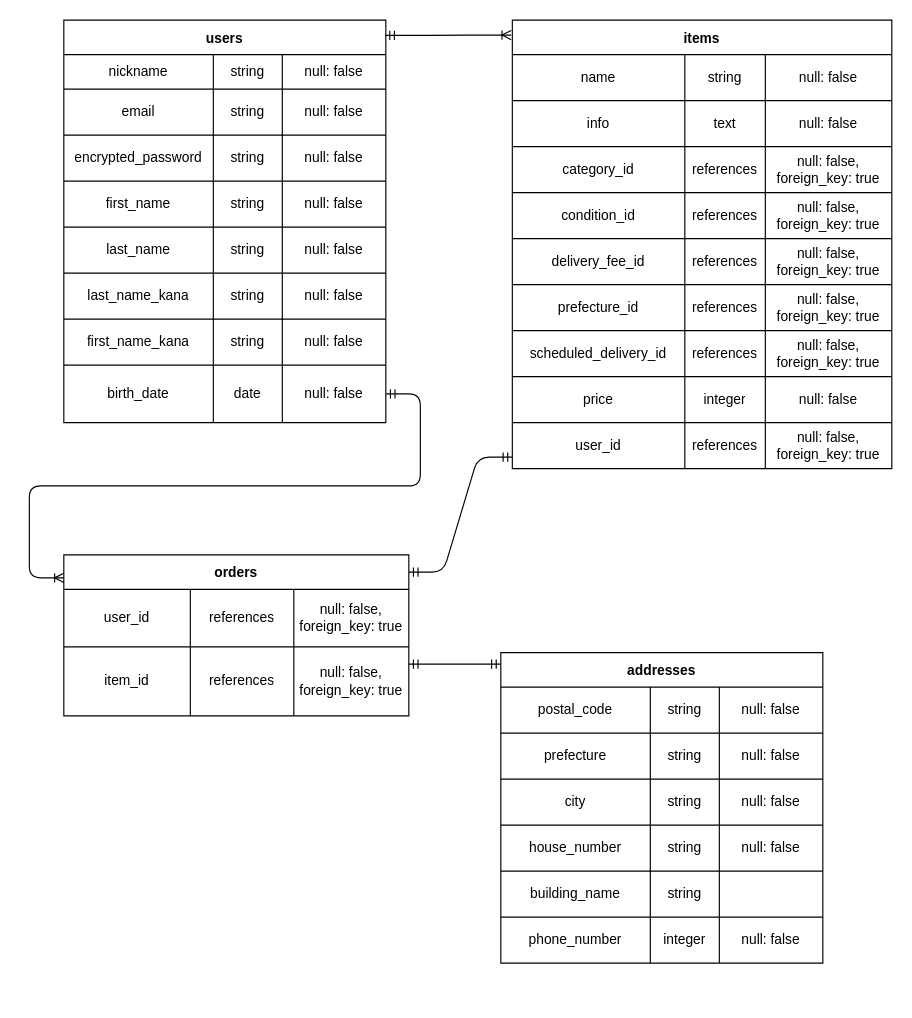
Above: furima.dio in shunpikun/furima-36852 (draw.io), before the change. Source tidied: cells renumbered, new cells numbered last; positions are measured from the earlier drawing's top-left corner, leaving out a move shared by most shapes. Both pictures are drawn from the tidied source at 115%, with x=0, y=0 at pixel (63, 20).
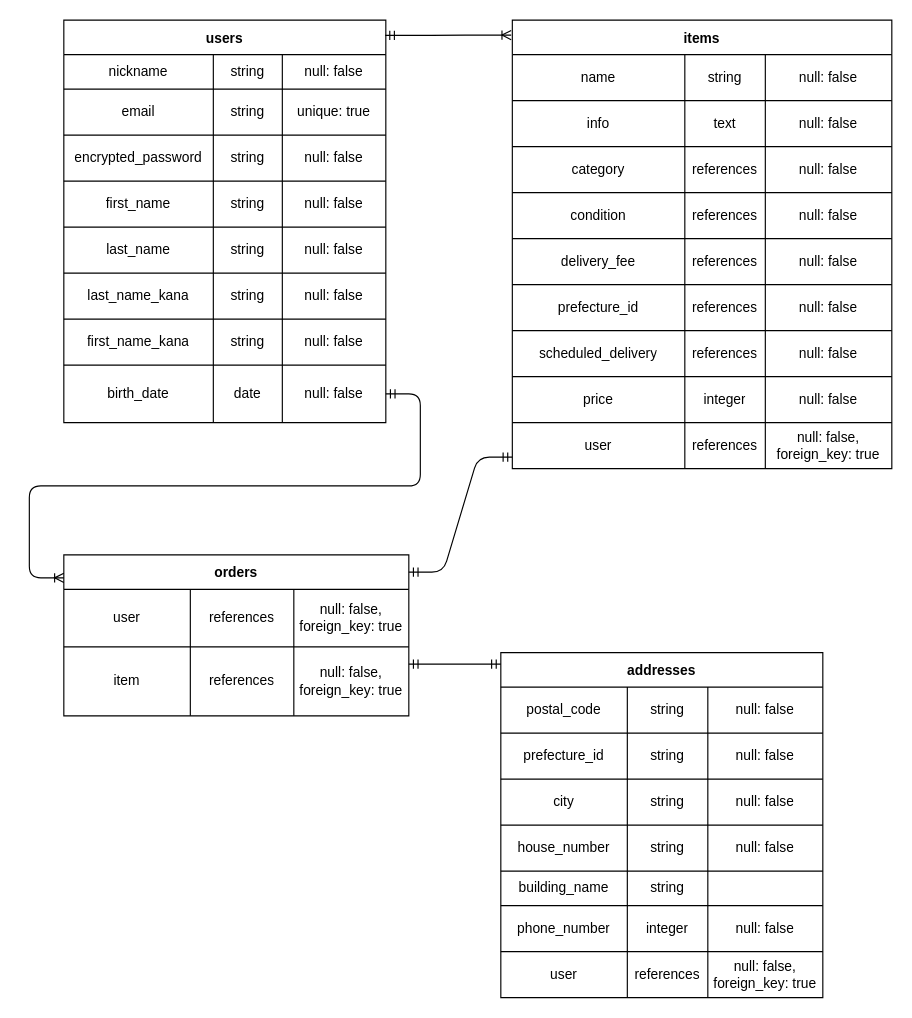
After the change.

The change refers to these unchanged cells:
```xml
<mxCell id="7" style="shape=partialRectangle;html=1;whiteSpace=wrap;fillColor=none;top=0;left=0;bottom=0;right=0;" parent="2" vertex="1">
  <mxGeometry y="60" width="280" height="40" as="geometry" />
</mxCell>
<mxCell id="44" style="shape=partialRectangle;html=1;whiteSpace=wrap;fillColor=none;top=0;left=0;bottom=0;right=0;" parent="35" vertex="1">
  <mxGeometry y="110" width="330" height="40" as="geometry" />
</mxCell>
<mxCell id="48" style="shape=partialRectangle;html=1;whiteSpace=wrap;fillColor=none;top=0;left=0;bottom=0;right=0;" parent="35" vertex="1">
  <mxGeometry y="150" width="330" height="40" as="geometry" />
</mxCell>
<mxCell id="52" style="shape=partialRectangle;html=1;whiteSpace=wrap;fillColor=none;top=0;left=0;bottom=0;right=0;" parent="35" vertex="1">
  <mxGeometry y="190" width="330" height="40" as="geometry" />
</mxCell>
<mxCell id="56" style="shape=partialRectangle;html=1;whiteSpace=wrap;fillColor=none;top=0;left=0;bottom=0;right=0;" parent="35" vertex="1">
  <mxGeometry y="230" width="330" height="40" as="geometry" />
</mxCell>
<mxCell id="60" style="shape=partialRectangle;html=1;whiteSpace=wrap;fillColor=none;top=0;left=0;bottom=0;right=0;" parent="35" vertex="1">
  <mxGeometry y="270" width="330" height="40" as="geometry" />
</mxCell>
<mxCell id="68" style="shape=partialRectangle;html=1;whiteSpace=wrap;fillColor=none;top=0;left=0;bottom=0;right=0;" parent="35" vertex="1">
  <mxGeometry y="350" width="330" height="40" as="geometry" />
</mxCell>
<mxCell id="74" style="shape=partialRectangle;html=1;whiteSpace=wrap;fillColor=none;top=0;left=0;bottom=0;right=0;" parent="73" vertex="1">
  <mxGeometry y="30" width="280" height="40" as="geometry" />
</mxCell>
<mxCell id="78" style="shape=partialRectangle;html=1;whiteSpace=wrap;fillColor=none;top=0;left=0;bottom=0;right=0;" parent="73" vertex="1">
  <mxGeometry y="70" width="280" height="40" as="geometry" />
</mxCell>
<mxCell id="82" style="shape=partialRectangle;html=1;whiteSpace=wrap;fillColor=none;top=0;left=0;bottom=0;right=0;" parent="73" vertex="1">
  <mxGeometry y="110" width="280" height="40" as="geometry" />
</mxCell>
<mxCell id="86" style="shape=partialRectangle;html=1;whiteSpace=wrap;fillColor=none;top=0;left=0;bottom=0;right=0;" parent="73" vertex="1">
  <mxGeometry y="150" width="280" height="40" as="geometry" />
</mxCell>
<mxCell id="99" style="shape=partialRectangle;html=1;whiteSpace=wrap;fillColor=none;top=0;left=0;bottom=0;right=0;" parent="98" vertex="1">
  <mxGeometry y="30" width="300" height="50" as="geometry" />
</mxCell>
<mxCell id="103" style="shape=partialRectangle;html=1;whiteSpace=wrap;fillColor=none;top=0;left=0;bottom=0;right=0;" parent="98" vertex="1">
  <mxGeometry y="80" width="300" height="60" as="geometry" />
</mxCell>
```

What changed in the source:
```diff
@@
-    <mxCell id="10" value="null: false" style="shape=partialRectangle;html=1;whiteSpace=wrap;fillColor=none;top=0;left=0;bottom=0;right=0;overflow=hidden;" parent="7" vertex="1">
+    <mxCell id="10" value="unique: true" style="shape=partialRectangle;html=1;whiteSpace=wrap;fillColor=none;top=0;left=0;bottom=0;right=0;overflow=hidden;" parent="7" vertex="1">
       <mxGeometry x="190" width="90" height="40" as="geometry" />
     </mxCell>
@@
-    <mxCell id="45" value="category_id" style="shape=partialRectangle;html=1;whiteSpace=wrap;fillColor=none;top=0;left=0;bottom=0;right=0;overflow=hidden;" parent="44" vertex="1">
+    <mxCell id="45" value="category" style="shape=partialRectangle;html=1;whiteSpace=wrap;fillColor=none;top=0;left=0;bottom=0;right=0;overflow=hidden;" parent="44" vertex="1">
       <mxGeometry width="150" height="40" as="geometry" />
     </mxCell>
@@
-    <mxCell id="47" value="null: false,&lt;br&gt;foreign_key: true" style="shape=partialRectangle;html=1;whiteSpace=wrap;fillColor=none;top=0;left=0;bottom=0;right=0;overflow=hidden;" parent="44" vertex="1">
+    <mxCell id="47" value="null: false" style="shape=partialRectangle;html=1;whiteSpace=wrap;fillColor=none;top=0;left=0;bottom=0;right=0;overflow=hidden;" parent="44" vertex="1">
       <mxGeometry x="220" width="110" height="40" as="geometry" />
     </mxCell>
@@
-    <mxCell id="49" value="condition_id" style="shape=partialRectangle;html=1;whiteSpace=wrap;fillColor=none;top=0;left=0;bottom=0;right=0;overflow=hidden;" parent="48" vertex="1">
+    <mxCell id="49" value="condition" style="shape=partialRectangle;html=1;whiteSpace=wrap;fillColor=none;top=0;left=0;bottom=0;right=0;overflow=hidden;" parent="48" vertex="1">
       <mxGeometry width="150" height="40" as="geometry" />
     </mxCell>
@@
-    <mxCell id="51" value="null: false,&lt;br&gt;foreign_key: true" style="shape=partialRectangle;html=1;whiteSpace=wrap;fillColor=none;top=0;left=0;bottom=0;right=0;overflow=hidden;" parent="48" vertex="1">
+    <mxCell id="51" value="null: false" style="shape=partialRectangle;html=1;whiteSpace=wrap;fillColor=none;top=0;left=0;bottom=0;right=0;overflow=hidden;" parent="48" vertex="1">
       <mxGeometry x="220" width="110" height="40" as="geometry" />
     </mxCell>
@@
-    <mxCell id="53" value="delivery_fee_id" style="shape=partialRectangle;html=1;whiteSpace=wrap;fillColor=none;top=0;left=0;bottom=0;right=0;overflow=hidden;" parent="52" vertex="1">
+    <mxCell id="53" value="delivery_fee" style="shape=partialRectangle;html=1;whiteSpace=wrap;fillColor=none;top=0;left=0;bottom=0;right=0;overflow=hidden;" parent="52" vertex="1">
       <mxGeometry width="150" height="40" as="geometry" />
     </mxCell>
@@
-    <mxCell id="55" value="null: false,&lt;br&gt;foreign_key: true" style="shape=partialRectangle;html=1;whiteSpace=wrap;fillColor=none;top=0;left=0;bottom=0;right=0;overflow=hidden;" parent="52" vertex="1">
+    <mxCell id="55" value="null: false" style="shape=partialRectangle;html=1;whiteSpace=wrap;fillColor=none;top=0;left=0;bottom=0;right=0;overflow=hidden;" parent="52" vertex="1">
       <mxGeometry x="220" width="110" height="40" as="geometry" />
     </mxCell>
@@
-    <mxCell id="59" value="null: false,&lt;br&gt;foreign_key: true" style="shape=partialRectangle;html=1;whiteSpace=wrap;fillColor=none;top=0;left=0;bottom=0;right=0;overflow=hidden;" parent="56" vertex="1">
+    <mxCell id="59" value="null: false" style="shape=partialRectangle;html=1;whiteSpace=wrap;fillColor=none;top=0;left=0;bottom=0;right=0;overflow=hidden;" parent="56" vertex="1">
       <mxGeometry x="220" width="110" height="40" as="geometry" />
     </mxCell>
@@
-    <mxCell id="61" value="scheduled_delivery_id" style="shape=partialRectangle;html=1;whiteSpace=wrap;fillColor=none;top=0;left=0;bottom=0;right=0;overflow=hidden;" parent="60" vertex="1">
+    <mxCell id="61" value="scheduled_delivery" style="shape=partialRectangle;html=1;whiteSpace=wrap;fillColor=none;top=0;left=0;bottom=0;right=0;overflow=hidden;" parent="60" vertex="1">
       <mxGeometry width="150" height="40" as="geometry" />
     </mxCell>
@@
-    <mxCell id="63" value="null: false,&lt;br&gt;foreign_key: true" style="shape=partialRectangle;html=1;whiteSpace=wrap;fillColor=none;top=0;left=0;bottom=0;right=0;overflow=hidden;" parent="60" vertex="1">
+    <mxCell id="63" value="null: false" style="shape=partialRectangle;html=1;whiteSpace=wrap;fillColor=none;top=0;left=0;bottom=0;right=0;overflow=hidden;" parent="60" vertex="1">
       <mxGeometry x="220" width="110" height="40" as="geometry" />
     </mxCell>
@@
-    <mxCell id="69" value="user_id" style="shape=partialRectangle;html=1;whiteSpace=wrap;fillColor=none;top=0;left=0;bottom=0;right=0;overflow=hidden;" parent="68" vertex="1">
+    <mxCell id="69" value="user" style="shape=partialRectangle;html=1;whiteSpace=wrap;fillColor=none;top=0;left=0;bottom=0;right=0;overflow=hidden;" parent="68" vertex="1">
       <mxGeometry width="150" height="40" as="geometry" />
     </mxCell>
@@
     <mxCell id="73" value="addresses" style="shape=table;startSize=30;childLayout=tableLayout;fontStyle=1;align=center;" parent="1" vertex="1">
-      <mxGeometry x="380" y="550" width="280" height="270" as="geometry" />
+      <mxGeometry x="380" y="550" width="280" height="300" as="geometry" />
     </mxCell>
@@
     <mxCell id="75" value="postal_code" style="shape=partialRectangle;html=1;whiteSpace=wrap;fillColor=none;top=0;left=0;bottom=0;right=0;overflow=hidden;" parent="74" vertex="1">
-      <mxGeometry width="130" height="40" as="geometry" />
+      <mxGeometry width="110" height="40" as="geometry" />
     </mxCell>
     <mxCell id="76" value="string" style="shape=partialRectangle;html=1;whiteSpace=wrap;fillColor=none;top=0;left=0;bottom=0;right=0;overflow=hidden;" parent="74" vertex="1">
-      <mxGeometry x="130" width="60" height="40" as="geometry" />
+      <mxGeometry x="110" width="70" height="40" as="geometry" />
     </mxCell>
     <mxCell id="77" value="null: false" style="shape=partialRectangle;html=1;whiteSpace=wrap;fillColor=none;top=0;left=0;bottom=0;right=0;overflow=hidden;" parent="74" vertex="1">
-      <mxGeometry x="190" width="90" height="40" as="geometry" />
+      <mxGeometry x="180" width="100" height="40" as="geometry" />
     </mxCell>
@@
-    <mxCell id="79" value="prefecture" style="shape=partialRectangle;html=1;whiteSpace=wrap;fillColor=none;top=0;left=0;bottom=0;right=0;overflow=hidden;" parent="78" vertex="1">
-      <mxGeometry width="130" height="40" as="geometry" />
+    <mxCell id="79" value="prefecture_id" style="shape=partialRectangle;html=1;whiteSpace=wrap;fillColor=none;top=0;left=0;bottom=0;right=0;overflow=hidden;" parent="78" vertex="1">
+      <mxGeometry width="110" height="40" as="geometry" />
     </mxCell>
     <mxCell id="80" value="string" style="shape=partialRectangle;html=1;whiteSpace=wrap;fillColor=none;top=0;left=0;bottom=0;right=0;overflow=hidden;" parent="78" vertex="1">
-      <mxGeometry x="130" width="60" height="40" as="geometry" />
+      <mxGeometry x="110" width="70" height="40" as="geometry" />
     </mxCell>
     <mxCell id="81" value="null: false" style="shape=partialRectangle;html=1;whiteSpace=wrap;fillColor=none;top=0;left=0;bottom=0;right=0;overflow=hidden;" parent="78" vertex="1">
-      <mxGeometry x="190" width="90" height="40" as="geometry" />
+      <mxGeometry x="180" width="100" height="40" as="geometry" />
     </mxCell>
@@
     <mxCell id="83" value="city" style="shape=partialRectangle;html=1;whiteSpace=wrap;fillColor=none;top=0;left=0;bottom=0;right=0;overflow=hidden;" parent="82" vertex="1">
-      <mxGeometry width="130" height="40" as="geometry" />
+      <mxGeometry width="110" height="40" as="geometry" />
     </mxCell>
     <mxCell id="84" value="string" style="shape=partialRectangle;html=1;whiteSpace=wrap;fillColor=none;top=0;left=0;bottom=0;right=0;overflow=hidden;" parent="82" vertex="1">
-      <mxGeometry x="130" width="60" height="40" as="geometry" />
+      <mxGeometry x="110" width="70" height="40" as="geometry" />
     </mxCell>
     <mxCell id="85" value="null: false" style="shape=partialRectangle;html=1;whiteSpace=wrap;fillColor=none;top=0;left=0;bottom=0;right=0;overflow=hidden;" parent="82" vertex="1">
-      <mxGeometry x="190" width="90" height="40" as="geometry" />
+      <mxGeometry x="180" width="100" height="40" as="geometry" />
     </mxCell>
@@
     <mxCell id="87" value="house_number" style="shape=partialRectangle;html=1;whiteSpace=wrap;fillColor=none;top=0;left=0;bottom=0;right=0;overflow=hidden;" parent="86" vertex="1">
-      <mxGeometry width="130" height="40" as="geometry" />
+      <mxGeometry width="110" height="40" as="geometry" />
     </mxCell>
     <mxCell id="88" value="string" style="shape=partialRectangle;html=1;whiteSpace=wrap;fillColor=none;top=0;left=0;bottom=0;right=0;overflow=hidden;" parent="86" vertex="1">
-      <mxGeometry x="130" width="60" height="40" as="geometry" />
+      <mxGeometry x="110" width="70" height="40" as="geometry" />
     </mxCell>
     <mxCell id="89" value="null: false" style="shape=partialRectangle;html=1;whiteSpace=wrap;fillColor=none;top=0;left=0;bottom=0;right=0;overflow=hidden;" parent="86" vertex="1">
-      <mxGeometry x="190" width="90" height="40" as="geometry" />
+      <mxGeometry x="180" width="100" height="40" as="geometry" />
     </mxCell>
     <mxCell id="90" style="shape=partialRectangle;html=1;whiteSpace=wrap;fillColor=none;top=0;left=0;bottom=0;right=0;" parent="73" vertex="1">
-      <mxGeometry y="190" width="280" height="40" as="geometry" />
+      <mxGeometry y="190" width="280" height="30" as="geometry" />
     </mxCell>
     <mxCell id="91" value="building_name" style="shape=partialRectangle;html=1;whiteSpace=wrap;fillColor=none;top=0;left=0;bottom=0;right=0;overflow=hidden;" parent="90" vertex="1">
-      <mxGeometry width="130" height="40" as="geometry" />
+      <mxGeometry width="110" height="30" as="geometry" />
     </mxCell>
     <mxCell id="92" value="string" style="shape=partialRectangle;html=1;whiteSpace=wrap;fillColor=none;top=0;left=0;bottom=0;right=0;overflow=hidden;" parent="90" vertex="1">
-      <mxGeometry x="130" width="60" height="40" as="geometry" />
+      <mxGeometry x="110" width="70" height="30" as="geometry" />
     </mxCell>
     <mxCell id="93" style="shape=partialRectangle;html=1;whiteSpace=wrap;fillColor=none;top=0;left=0;bottom=0;right=0;overflow=hidden;" parent="90" vertex="1">
-      <mxGeometry x="190" width="90" height="40" as="geometry" />
+      <mxGeometry x="180" width="100" height="30" as="geometry" />
     </mxCell>
     <mxCell id="94" style="shape=partialRectangle;html=1;whiteSpace=wrap;fillColor=none;top=0;left=0;bottom=0;right=0;" parent="73" vertex="1">
-      <mxGeometry y="230" width="280" height="40" as="geometry" />
+      <mxGeometry y="220" width="280" height="40" as="geometry" />
     </mxCell>
     <mxCell id="95" value="phone_number" style="shape=partialRectangle;html=1;whiteSpace=wrap;fillColor=none;top=0;left=0;bottom=0;right=0;overflow=hidden;" parent="94" vertex="1">
-      <mxGeometry width="130" height="40" as="geometry" />
+      <mxGeometry width="110" height="40" as="geometry" />
     </mxCell>
     <mxCell id="96" value="integer" style="shape=partialRectangle;html=1;whiteSpace=wrap;fillColor=none;top=0;left=0;bottom=0;right=0;overflow=hidden;" parent="94" vertex="1">
-      <mxGeometry x="130" width="60" height="40" as="geometry" />
+      <mxGeometry x="110" width="70" height="40" as="geometry" />
     </mxCell>
     <mxCell id="97" value="null: false" style="shape=partialRectangle;html=1;whiteSpace=wrap;fillColor=none;top=0;left=0;bottom=0;right=0;overflow=hidden;" parent="94" vertex="1">
-      <mxGeometry x="190" width="90" height="40" as="geometry" />
+      <mxGeometry x="180" width="100" height="40" as="geometry" />
     </mxCell>
+    <mxCell id="110" style="shape=partialRectangle;html=1;whiteSpace=wrap;fillColor=none;top=0;left=0;bottom=0;right=0;" parent="73" vertex="1">
+      <mxGeometry y="260" width="280" height="40" as="geometry" />
+    </mxCell>
+    <mxCell id="111" value="user" style="shape=partialRectangle;html=1;whiteSpace=wrap;fillColor=none;top=0;left=0;bottom=0;right=0;overflow=hidden;" parent="110" vertex="1">
+      <mxGeometry width="110" height="40" as="geometry" />
+    </mxCell>
+    <mxCell id="112" value="references" style="shape=partialRectangle;html=1;whiteSpace=wrap;fillColor=none;top=0;left=0;bottom=0;right=0;overflow=hidden;" parent="110" vertex="1">
+      <mxGeometry x="110" width="70" height="40" as="geometry" />
+    </mxCell>
+    <mxCell id="113" value="null: false,&lt;br&gt;foreign_key: true" style="shape=partialRectangle;html=1;whiteSpace=wrap;fillColor=none;top=0;left=0;bottom=0;right=0;overflow=hidden;" parent="110" vertex="1">
+      <mxGeometry x="180" width="100" height="40" as="geometry" />
+    </mxCell>
@@
-    <mxCell id="100" value="user_id" style="shape=partialRectangle;html=1;whiteSpace=wrap;fillColor=none;top=0;left=0;bottom=0;right=0;overflow=hidden;" parent="99" vertex="1">
+    <mxCell id="100" value="user" style="shape=partialRectangle;html=1;whiteSpace=wrap;fillColor=none;top=0;left=0;bottom=0;right=0;overflow=hidden;" parent="99" vertex="1">
       <mxGeometry width="110" height="50" as="geometry" />
     </mxCell>
@@
-    <mxCell id="104" value="item_id" style="shape=partialRectangle;html=1;whiteSpace=wrap;fillColor=none;top=0;left=0;bottom=0;right=0;overflow=hidden;" parent="103" vertex="1">
+    <mxCell id="104" value="item" style="shape=partialRectangle;html=1;whiteSpace=wrap;fillColor=none;top=0;left=0;bottom=0;right=0;overflow=hidden;" parent="103" vertex="1">
       <mxGeometry width="110" height="60" as="geometry" />
     </mxCell>
```
